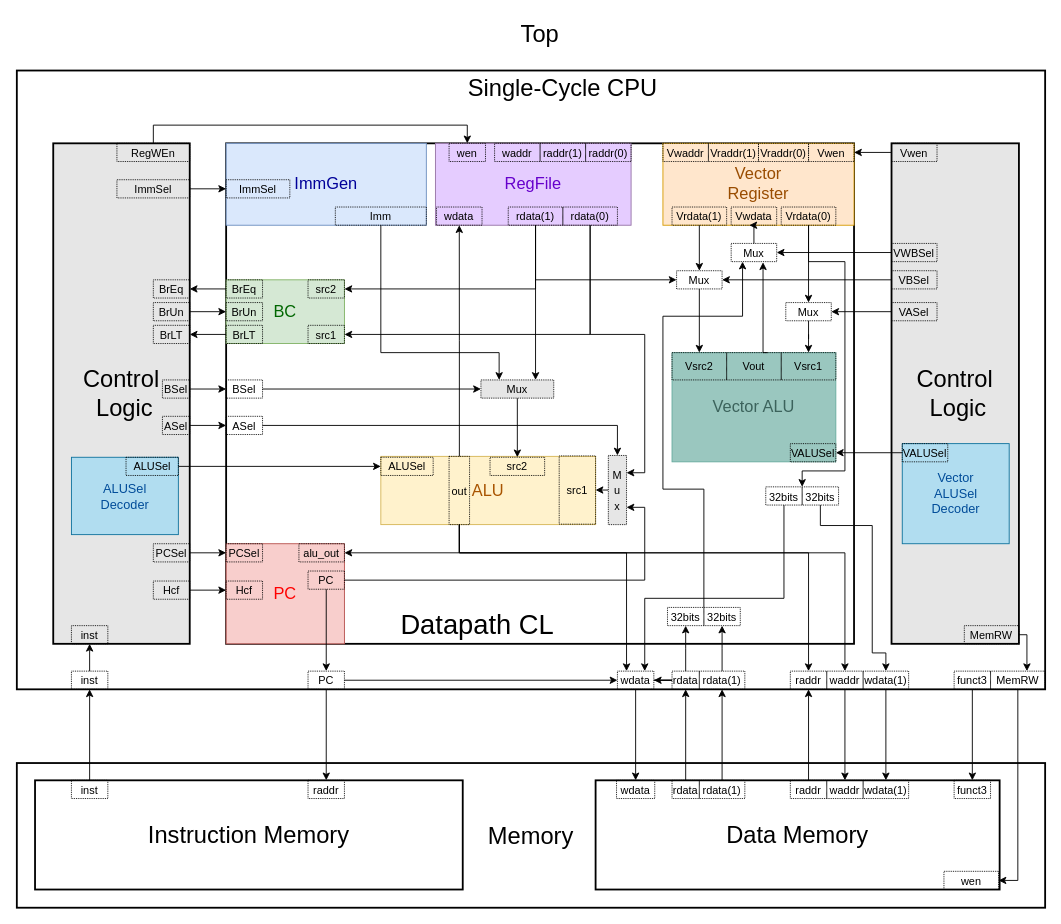
Above: RV32V+RV32M CPU-top-level block diagram.drawio in daniel100373/draw.io (draw.io), before the change. Source tidied: cells renumbered, new cells numbered last; positions are measured from the earlier drawing's top-left corner, leaving out a move shared by most shapes. Both pictures are drawn from the tidied source at 91%, with x=0, y=0 at pixel (16, 15).
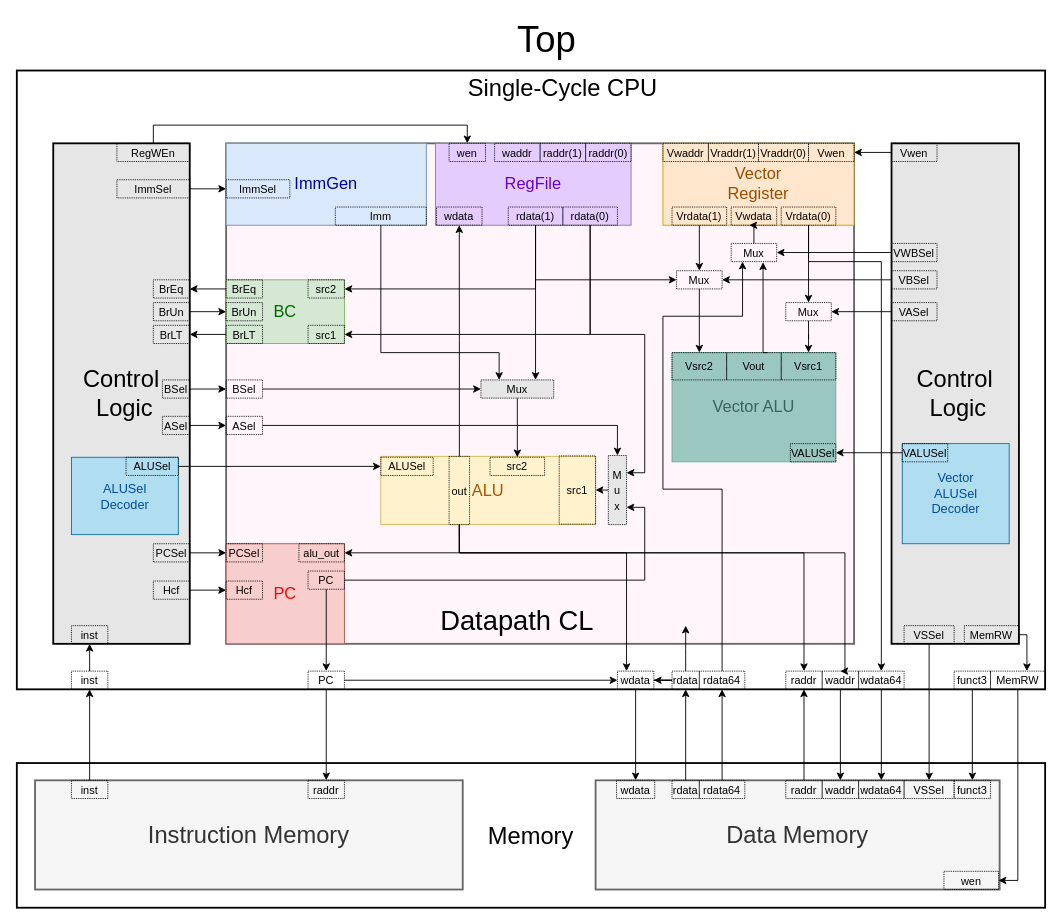
The same page after the edit.

Unchanged cells that the change refers to:
```xml
<mxCell id="50" value="&lt;font color=&quot;#000000&quot;&gt;&lt;span style=&quot;font-size: 12px&quot;&gt;out&lt;/span&gt;&lt;/font&gt;" style="rounded=0;whiteSpace=wrap;html=1;labelBorderColor=none;fontSize=14;fontColor=#A680B8;fillColor=none;dashed=1;dashPattern=1 1;" parent="1" vertex="1">
  <mxGeometry x="475" y="484" width="22.5" height="75" as="geometry" />
</mxCell>
<mxCell id="106" value="&lt;font color=&quot;#000000&quot;&gt;&lt;span style=&quot;font-size: 12px&quot;&gt;wdata&lt;/span&gt;&lt;/font&gt;" style="rounded=0;whiteSpace=wrap;html=1;labelBorderColor=none;fontSize=14;fontColor=#A680B8;fillColor=none;dashed=1;dashPattern=1 1;" parent="1" vertex="1">
  <mxGeometry x="660" y="720" width="40" height="20" as="geometry" />
</mxCell>
<mxCell id="125" value="&lt;font color=&quot;#000000&quot;&gt;&lt;span style=&quot;font-size: 12px&quot;&gt;Vrdata(0)&lt;/span&gt;&lt;/font&gt;" style="rounded=0;whiteSpace=wrap;html=1;labelBorderColor=none;fontSize=14;fontColor=#A680B8;fillColor=none;dashed=1;dashPattern=1 1;" parent="1" vertex="1">
  <mxGeometry x="840" y="210" width="60" height="20" as="geometry" />
</mxCell>
<mxCell id="150" value="&lt;span style=&quot;color: rgb(0 , 0 , 0) ; font-size: 12px&quot;&gt;Mux&lt;/span&gt;" style="rounded=0;whiteSpace=wrap;html=1;labelBorderColor=none;fontSize=14;fontColor=#A680B8;fillColor=none;dashed=1;dashPattern=1 1;" parent="1" vertex="1">
  <mxGeometry x="785" y="250" width="50" height="20" as="geometry" />
</mxCell>
```

Change to the diagram source:
```diff
@@
-    <mxCell id="3" style="rounded=0;whiteSpace=wrap;html=1;fontSize=26;fillColor=none;strokeColor=#000000;strokeWidth=2;" parent="1" vertex="1">
+    <mxCell id="3" style="rounded=0;whiteSpace=wrap;html=1;fontSize=26;fillColor=#FFF5FA;strokeColor=#666666;strokeWidth=2;fontColor=#333333;" parent="1" vertex="1">
       <mxGeometry x="230" y="140" width="690" height="550" as="geometry" />
     </mxCell>
+    <mxCell id="9" value="Data Memory" style="rounded=0;whiteSpace=wrap;html=1;fontSize=26;fillColor=#f5f5f5;strokeColor=#666666;strokeWidth=2;fontColor=#333333;" parent="1" vertex="1">
+      <mxGeometry x="636" y="840" width="444" height="120" as="geometry" />
+    </mxCell>
@@
-    <mxCell id="5" value="&lt;font style=&quot;font-size: 26px&quot;&gt;Top&lt;/font&gt;" style="text;html=1;strokeColor=none;fillColor=none;align=center;verticalAlign=middle;whiteSpace=wrap;rounded=0;" parent="1" vertex="1">
-      <mxGeometry x="535" width="80" height="40" as="geometry" />
+    <mxCell id="5" value="&lt;font style=&quot;font-size: 40px;&quot;&gt;Top&lt;/font&gt;" style="text;html=1;strokeColor=none;fillColor=none;align=center;verticalAlign=middle;whiteSpace=wrap;rounded=0;" parent="1" vertex="1">
+      <mxGeometry x="535" width="95" height="50" as="geometry" />
     </mxCell>
@@
-    <mxCell id="8" value="Instruction Memory" style="rounded=0;whiteSpace=wrap;html=1;fontSize=26;fillColor=none;strokeColor=#000000;strokeWidth=2;" parent="1" vertex="1">
+    <mxCell id="8" value="Instruction Memory" style="rounded=0;whiteSpace=wrap;html=1;fontSize=26;fillColor=#f5f5f5;strokeColor=#666666;strokeWidth=2;fontColor=#333333;" parent="1" vertex="1">
       <mxGeometry x="20" y="840" width="470" height="120" as="geometry" />
     </mxCell>
-    <mxCell id="9" value="Data Memory" style="rounded=0;whiteSpace=wrap;html=1;fontSize=26;fillColor=none;strokeColor=#000000;strokeWidth=2;" parent="1" vertex="1">
-      <mxGeometry x="636" y="840" width="444" height="120" as="geometry" />
-    </mxCell>
@@
-    <mxCell id="17" value="&lt;span style=&quot;color: rgb(0 , 0 , 0) ; font-family: &amp;#34;helvetica&amp;#34; ; font-style: normal ; font-weight: 400 ; letter-spacing: normal ; text-align: center ; text-indent: 0px ; text-transform: none ; word-spacing: 0px ; display: inline ; float: none&quot;&gt;&lt;font style=&quot;font-size: 30px&quot;&gt;Datapath CL&lt;/font&gt;&lt;/span&gt;" style="text;whiteSpace=wrap;html=1;fontSize=40;fontColor=#3C635C;" parent="1" vertex="1">
-      <mxGeometry x="420" y="635" width="240" height="50" as="geometry" />
+    <mxCell id="17" value="&lt;span style=&quot;color: rgb(0, 0, 0); font-family: helvetica; font-style: normal; font-weight: 400; letter-spacing: normal; text-indent: 0px; text-transform: none; word-spacing: 0px; display: inline; float: none;&quot;&gt;&lt;font style=&quot;font-size: 30px&quot;&gt;Datapath CL&lt;/font&gt;&lt;/span&gt;" style="text;whiteSpace=wrap;html=1;fontSize=40;fontColor=#3C635C;align=center;" parent="1" vertex="1">
+      <mxGeometry x="430" y="630" width="240" height="50" as="geometry" />
     </mxCell>
@@
-    <mxCell id="49" style="edgeStyle=orthogonalEdgeStyle;rounded=0;jettySize=auto;html=1;fontSize=40;fontColor=#004C99;" parent="1" edge="1" source="50" target="110">
+    <mxCell id="49" style="edgeStyle=orthogonalEdgeStyle;rounded=0;jettySize=auto;html=1;fontSize=40;fontColor=#004C99;entryX=0.5;entryY=0;entryDx=0;entryDy=0;" parent="1" edge="1" source="50" target="110">
       <mxGeometry relative="1" as="geometry">
         <Array as="points">
           <mxPoint x="486" y="590" />
-          <mxPoint x="870" y="590" />
+          <mxPoint x="865" y="590" />
         </Array>
       </mxGeometry>
     </mxCell>
@@
     <mxCell id="96" value="&lt;font color=&quot;#000000&quot; style=&quot;font-size: 12px&quot;&gt;raddr&lt;/font&gt;" style="rounded=0;whiteSpace=wrap;html=1;labelBorderColor=none;fontSize=14;fontColor=#A680B8;fillColor=none;dashed=1;dashPattern=1 1;" parent="1" vertex="1">
-      <mxGeometry x="850" y="840" width="40" height="20" as="geometry" />
+      <mxGeometry x="845" y="840" width="40" height="20" as="geometry" />
     </mxCell>
@@
     <mxCell id="99" value="&lt;font color=&quot;#000000&quot;&gt;&lt;span style=&quot;font-size: 12px&quot;&gt;waddr&lt;/span&gt;&lt;/font&gt;" style="rounded=0;whiteSpace=wrap;html=1;labelBorderColor=none;fontSize=14;fontColor=#A680B8;fillColor=none;dashed=1;dashPattern=1 1;" parent="1" vertex="1">
-      <mxGeometry x="890" y="840" width="40" height="20" as="geometry" />
+      <mxGeometry x="885" y="840" width="40" height="20" as="geometry" />
     </mxCell>
@@
     <mxCell id="104" value="&lt;font color=&quot;#000000&quot;&gt;&lt;span style=&quot;font-size: 12px&quot;&gt;waddr&lt;/span&gt;&lt;/font&gt;" style="rounded=0;whiteSpace=wrap;html=1;labelBorderColor=none;fontSize=14;fontColor=#A680B8;fillColor=none;dashed=1;dashPattern=1 1;" parent="1" vertex="1">
-      <mxGeometry x="890" y="720" width="40" height="20" as="geometry" />
+      <mxGeometry x="885" y="720" width="40" height="20" as="geometry" />
     </mxCell>
@@
     <mxCell id="110" value="&lt;font color=&quot;#000000&quot; style=&quot;font-size: 12px&quot;&gt;raddr&lt;/font&gt;" style="rounded=0;whiteSpace=wrap;html=1;labelBorderColor=none;fontSize=14;fontColor=#A680B8;fillColor=none;dashed=1;dashPattern=1 1;" parent="1" vertex="1">
-      <mxGeometry x="850" y="720" width="40" height="20" as="geometry" />
+      <mxGeometry x="845" y="720" width="40" height="20" as="geometry" />
     </mxCell>
@@
-    <mxCell id="124" style="edgeStyle=orthogonalEdgeStyle;rounded=0;jettySize=auto;html=1;entryX=1;entryY=0;entryDx=0;entryDy=0;fontSize=12;fontColor=#004C99;" parent="1" edge="1" source="125" target="155">
+    <mxCell id="124" style="edgeStyle=orthogonalEdgeStyle;rounded=0;jettySize=auto;html=1;entryX=0.5;entryY=0;entryDx=0;entryDy=0;fontSize=12;fontColor=#004C99;" parent="1" edge="1" source="125" target="160">
       <mxGeometry relative="1" as="geometry">
         <Array as="points">
           <mxPoint x="870" y="270" />
-          <mxPoint x="910" y="270" />
-          <mxPoint x="910" y="500" />
-          <mxPoint x="863" y="500" />
+          <mxPoint x="950" y="270" />
         </Array>
       </mxGeometry>
     </mxCell>
@@
-    <mxCell id="143" value="&lt;font color=&quot;#000000&quot;&gt;&lt;span style=&quot;font-size: 12px&quot;&gt;rdata(1)&lt;/span&gt;&lt;/font&gt;" style="rounded=0;whiteSpace=wrap;html=1;labelBorderColor=none;fontSize=14;fontColor=#A680B8;fillColor=none;dashed=1;dashPattern=1 1;" parent="1" vertex="1">
+    <mxCell id="143" value="&lt;font color=&quot;#000000&quot;&gt;&lt;span style=&quot;font-size: 12px&quot;&gt;rdata64&lt;/span&gt;&lt;/font&gt;" style="rounded=0;whiteSpace=wrap;html=1;labelBorderColor=none;fontSize=14;fontColor=#A680B8;fillColor=none;dashed=1;dashPattern=1 1;" parent="1" vertex="1">
       <mxGeometry x="750" y="840" width="50" height="20" as="geometry" />
     </mxCell>
-    <mxCell id="144" style="edgeStyle=orthogonalEdgeStyle;rounded=0;jettySize=auto;html=1;fontSize=40;fontColor=#004C99;" parent="1" edge="1" source="145">
-      <mxGeometry relative="1" as="geometry">
-        <mxPoint x="775" y="670" as="targetPoint" />
-      </mxGeometry>
-    </mxCell>
-    <mxCell id="145" value="&lt;font color=&quot;#000000&quot;&gt;&lt;span style=&quot;font-size: 12px&quot;&gt;rdata(1)&lt;/span&gt;&lt;/font&gt;" style="rounded=0;whiteSpace=wrap;html=1;labelBorderColor=none;fontSize=14;fontColor=#A680B8;fillColor=none;dashed=1;dashPattern=1 1;" parent="1" vertex="1">
+    <mxCell id="145" value="&lt;font color=&quot;#000000&quot;&gt;&lt;span style=&quot;font-size: 12px&quot;&gt;rdata64&lt;/span&gt;&lt;/font&gt;" style="rounded=0;whiteSpace=wrap;html=1;labelBorderColor=none;fontSize=14;fontColor=#A680B8;fillColor=none;dashed=1;dashPattern=1 1;" parent="1" vertex="1">
       <mxGeometry x="750" y="720" width="50" height="20" as="geometry" />
     </mxCell>
@@
-    <mxCell id="151" value="&lt;font color=&quot;#000000&quot;&gt;&lt;span style=&quot;font-size: 12px&quot;&gt;32bits&lt;/span&gt;&lt;/font&gt;" style="rounded=0;whiteSpace=wrap;html=1;labelBorderColor=none;fontSize=14;fontColor=#A680B8;fillColor=none;dashed=1;dashPattern=1 1;" parent="1" vertex="1">
-      <mxGeometry x="715" y="650" width="40" height="20" as="geometry" />
-    </mxCell>
-    <mxCell id="152" style="edgeStyle=orthogonalEdgeStyle;rounded=0;jettySize=auto;html=1;exitX=0;exitY=0;exitDx=0;exitDy=0;entryX=0.25;entryY=1;entryDx=0;entryDy=0;fontSize=30;fontColor=#004C99;" parent="1" edge="1" source="153" target="150">
+    <mxCell id="152" style="edgeStyle=orthogonalEdgeStyle;rounded=0;jettySize=auto;html=1;exitX=0.5;exitY=0;exitDx=0;exitDy=0;entryX=0.25;entryY=1;entryDx=0;entryDy=0;fontSize=30;fontColor=#004C99;" parent="1" edge="1" source="145" target="150">
       <mxGeometry relative="1" as="geometry">
         <Array as="points">
-          <mxPoint x="755" y="520" />
+          <mxPoint x="775" y="520" />
           <mxPoint x="710" y="520" />
           <mxPoint x="710" y="330" />
           <mxPoint x="798" y="330" />
         </Array>
       </mxGeometry>
     </mxCell>
-    <mxCell id="153" value="&lt;font color=&quot;#000000&quot;&gt;&lt;span style=&quot;font-size: 12px&quot;&gt;32bits&lt;/span&gt;&lt;/font&gt;" style="rounded=0;whiteSpace=wrap;html=1;labelBorderColor=none;fontSize=14;fontColor=#A680B8;fillColor=none;dashed=1;dashPattern=1 1;" parent="1" vertex="1">
-      <mxGeometry x="755" y="650" width="40" height="20" as="geometry" />
-    </mxCell>
-    <mxCell id="154" style="edgeStyle=orthogonalEdgeStyle;rounded=0;jettySize=auto;html=1;entryX=0.75;entryY=0;entryDx=0;entryDy=0;fontSize=12;fontColor=#004C99;" parent="1" edge="1" source="155" target="106">
-      <mxGeometry relative="1" as="geometry">
-        <Array as="points">
-          <mxPoint x="843" y="640" />
-          <mxPoint x="690" y="640" />
-        </Array>
-      </mxGeometry>
-    </mxCell>
-    <mxCell id="155" value="&lt;font color=&quot;#000000&quot;&gt;&lt;span style=&quot;font-size: 12px&quot;&gt;32bits&lt;/span&gt;&lt;/font&gt;" style="rounded=0;whiteSpace=wrap;html=1;labelBorderColor=none;fontSize=14;fontColor=#A680B8;fillColor=none;dashed=1;dashPattern=1 1;" parent="1" vertex="1">
-      <mxGeometry x="823" y="517.5" width="40" height="20" as="geometry" />
-    </mxCell>
-    <mxCell id="156" style="edgeStyle=orthogonalEdgeStyle;rounded=0;jettySize=auto;html=1;fontSize=12;fontColor=#004C99;entryX=0.5;entryY=0;entryDx=0;entryDy=0;" parent="1" edge="1" source="157" target="160">
-      <mxGeometry relative="1" as="geometry">
-        <Array as="points">
-          <mxPoint x="883" y="560" />
-          <mxPoint x="940" y="560" />
-          <mxPoint x="940" y="700" />
-          <mxPoint x="955" y="700" />
-        </Array>
-      </mxGeometry>
-    </mxCell>
-    <mxCell id="157" value="&lt;font color=&quot;#000000&quot;&gt;&lt;span style=&quot;font-size: 12px&quot;&gt;32bits&lt;/span&gt;&lt;/font&gt;" style="rounded=0;whiteSpace=wrap;html=1;labelBorderColor=none;fontSize=14;fontColor=#A680B8;fillColor=none;dashed=1;dashPattern=1 1;" parent="1" vertex="1">
-      <mxGeometry x="863" y="517.5" width="40" height="20" as="geometry" />
-    </mxCell>
-    <mxCell id="158" value="&lt;font color=&quot;#000000&quot;&gt;&lt;span style=&quot;font-size: 12px&quot;&gt;wdata(1)&lt;/span&gt;&lt;/font&gt;" style="rounded=0;whiteSpace=wrap;html=1;labelBorderColor=none;fontSize=14;fontColor=#A680B8;fillColor=none;dashed=1;dashPattern=1 1;" parent="1" vertex="1">
-      <mxGeometry x="930" y="840" width="50" height="20" as="geometry" />
+    <mxCell id="158" value="&lt;font color=&quot;#000000&quot;&gt;&lt;span style=&quot;font-size: 12px&quot;&gt;wdata64&lt;/span&gt;&lt;/font&gt;" style="rounded=0;whiteSpace=wrap;html=1;labelBorderColor=none;fontSize=14;fontColor=#A680B8;fillColor=none;dashed=1;dashPattern=1 1;" parent="1" vertex="1">
+      <mxGeometry x="925" y="840" width="50" height="20" as="geometry" />
     </mxCell>
@@
-    <mxCell id="160" value="&lt;font color=&quot;#000000&quot;&gt;&lt;span style=&quot;font-size: 12px&quot;&gt;wdata(1)&lt;/span&gt;&lt;/font&gt;" style="rounded=0;whiteSpace=wrap;html=1;labelBorderColor=none;fontSize=14;fontColor=#A680B8;fillColor=none;dashed=1;dashPattern=1 1;" parent="1" vertex="1">
-      <mxGeometry x="930" y="720" width="50" height="20" as="geometry" />
+    <mxCell id="160" value="&lt;font color=&quot;#000000&quot;&gt;&lt;span style=&quot;font-size: 12px&quot;&gt;wdata64&lt;/span&gt;&lt;/font&gt;" style="rounded=0;whiteSpace=wrap;html=1;labelBorderColor=none;fontSize=14;fontColor=#A680B8;fillColor=none;dashed=1;dashPattern=1 1;" parent="1" vertex="1">
+      <mxGeometry x="925" y="720" width="50" height="20" as="geometry" />
     </mxCell>
@@
+    <mxCell id="162" value="&lt;font color=&quot;#000000&quot; style=&quot;font-size: 12px&quot;&gt;VSSel&lt;/font&gt;" style="rounded=0;whiteSpace=wrap;html=1;labelBorderColor=none;fontSize=14;fontColor=#A680B8;fillColor=none;dashed=1;dashPattern=1 1;" parent="1" vertex="1">
+      <mxGeometry x="975" y="840" width="55" height="20" as="geometry" />
+    </mxCell>
+    <mxCell id="163" style="edgeStyle=orthogonalEdgeStyle;rounded=0;jettySize=auto;html=1;" parent="1" edge="1" source="164" target="162">
+      <mxGeometry relative="1" as="geometry" />
+    </mxCell>
+    <mxCell id="164" value="&lt;font color=&quot;#000000&quot; style=&quot;font-size: 12px&quot;&gt;VSSel&lt;/font&gt;" style="rounded=0;whiteSpace=wrap;html=1;labelBorderColor=none;fontSize=14;fontColor=#A680B8;fillColor=none;dashed=1;dashPattern=1 1;" parent="1" vertex="1">
+      <mxGeometry x="975" y="670" width="55" height="20" as="geometry" />
+    </mxCell>
```
